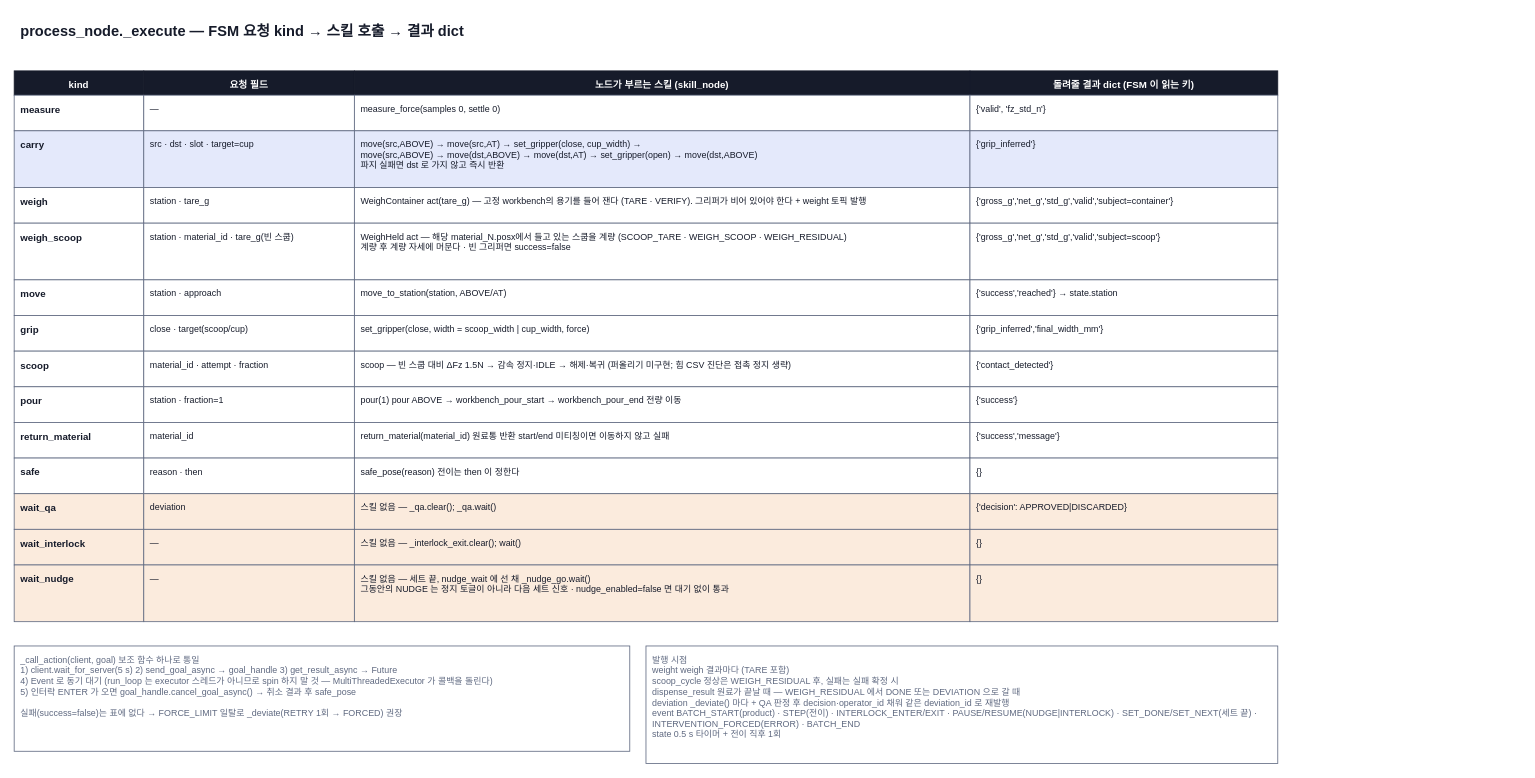
Above: page "3 요청↔스킬 번역 (_execute)" (3 of 4) of docs/diagrams/process_flow.drawio in Jik-Kim/auto-pharmacist (draw.io), before the change. Source tidied: cells renumbered, new cells numbered last; positions are measured from the earlier drawing's top-left corner, leaving out a move shared by most shapes. Both pictures are drawn from the tidied source at 81%, with x=0, y=0 at pixel (14, 14).
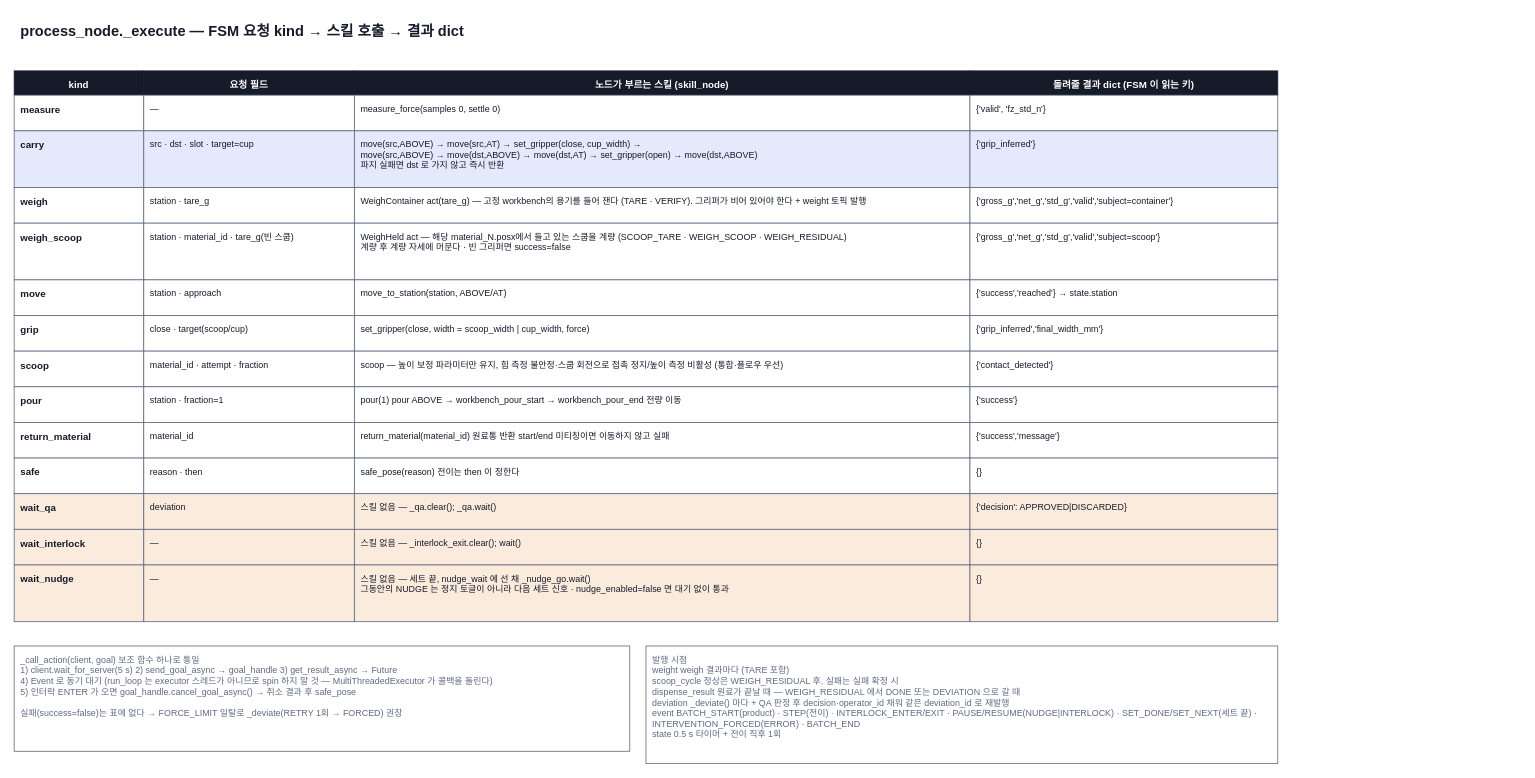
Above is the later version.

What changed in the source:
```diff
@@
-    <mxCell id="33" value="scoop — 빈 스쿱 대비 ΔFz 1.5N → 감속 정지·IDLE → 해제·복귀 (퍼올리기 미구현; 힘 CSV 진단은 접촉 정지 생략)" style="rounded=0;whiteSpace=wrap;html=1;fillColor=#FFFFFF;strokeColor=#5F6980;fontColor=#161B2A;fontSize=11;align=left;verticalAlign=top;spacingTop=4;spacingLeft=6;spacingRight=6;" parent="1" vertex="1">
+    <mxCell id="33" value="scoop — 높이 보정 파라미터만 유지, 힘 측정 불안정·스쿱 회전으로 접촉 정지/높이 측정 비활성 (통합·플로우 우선)" style="rounded=0;whiteSpace=wrap;html=1;fillColor=#FFFFFF;strokeColor=#5F6980;fontColor=#161B2A;fontSize=11;align=left;verticalAlign=top;spacingTop=4;spacingLeft=6;spacingRight=6;" parent="1" vertex="1">
       <mxGeometry x="420" y="416" width="760" height="44" as="geometry" />
     </mxCell>
```
